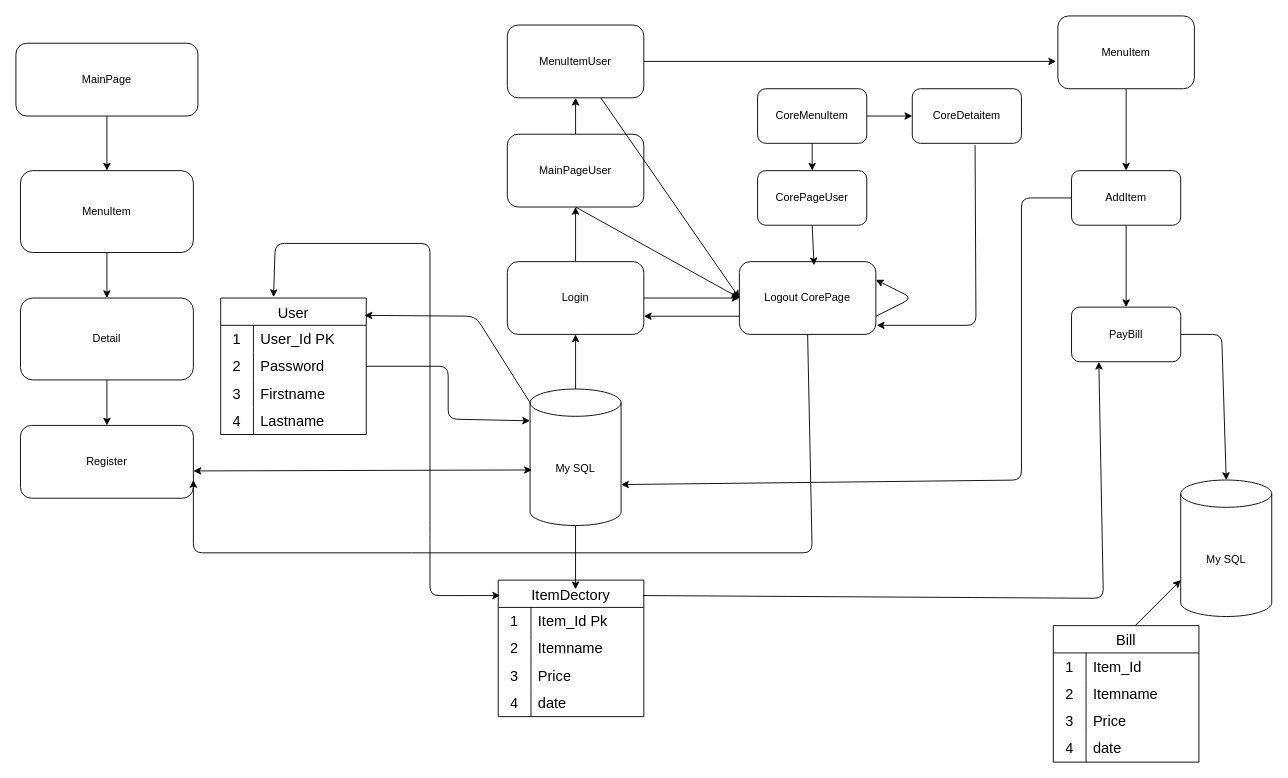
Above: Context/flowDiagram.drawio in matheemooksombut-dotcom/Fashion-website (draw.io), before the change. Source tidied: cells renumbered, new cells numbered last; positions are measured from the earlier drawing's top-left corner, leaving out a move shared by most shapes. Both pictures are drawn from the tidied source at 91%, with x=0, y=0 at pixel (15, 15).
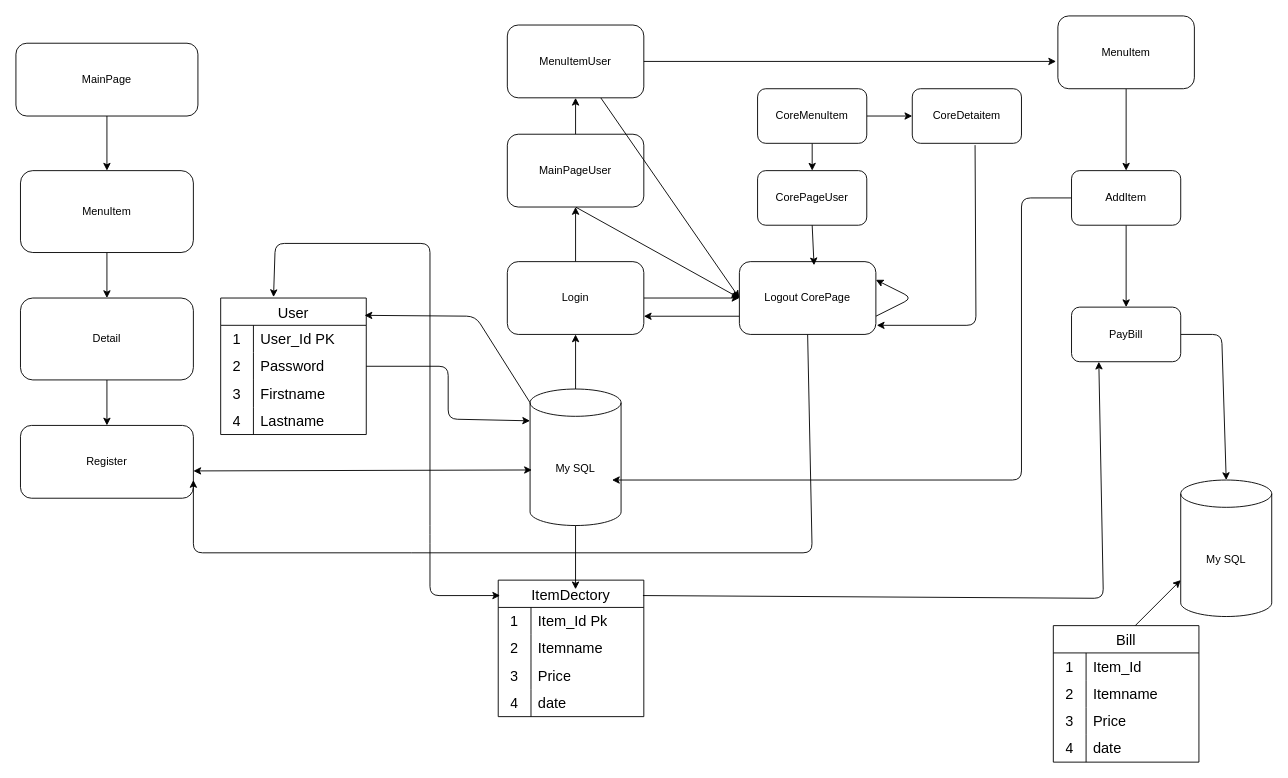
Above is the later version.

Unchanged cells that the change refers to:
```xml
<mxCell id="3" value="My SQL" style="shape=cylinder3;whiteSpace=wrap;html=1;boundedLbl=1;backgroundOutline=1;size=15;" parent="1" vertex="1">
  <mxGeometry x="565" y="410" width="100" height="150" as="geometry" />
</mxCell>
<mxCell id="50" value="AddItem" style="rounded=1;whiteSpace=wrap;html=1;" parent="1" vertex="1">
  <mxGeometry x="1160" y="170" width="120" height="60" as="geometry" />
</mxCell>
```

Diff of the diagram source:
```diff
@@
-    <mxCell id="49" style="edgeStyle=none;html=1;entryX=1;entryY=0;entryDx=0;entryDy=105;entryPerimeter=0;" parent="1" edge="1" source="50" target="3">
+    <mxCell id="49" style="edgeStyle=none;html=1;" parent="1" edge="1" source="50">
       <mxGeometry relative="1" as="geometry">
+        <mxPoint x="655" y="510" as="targetPoint" />
         <Array as="points">
           <mxPoint x="1105" y="200" />
           <mxPoint x="1105" y="510" />
         </Array>
       </mxGeometry>
     </mxCell>
```
